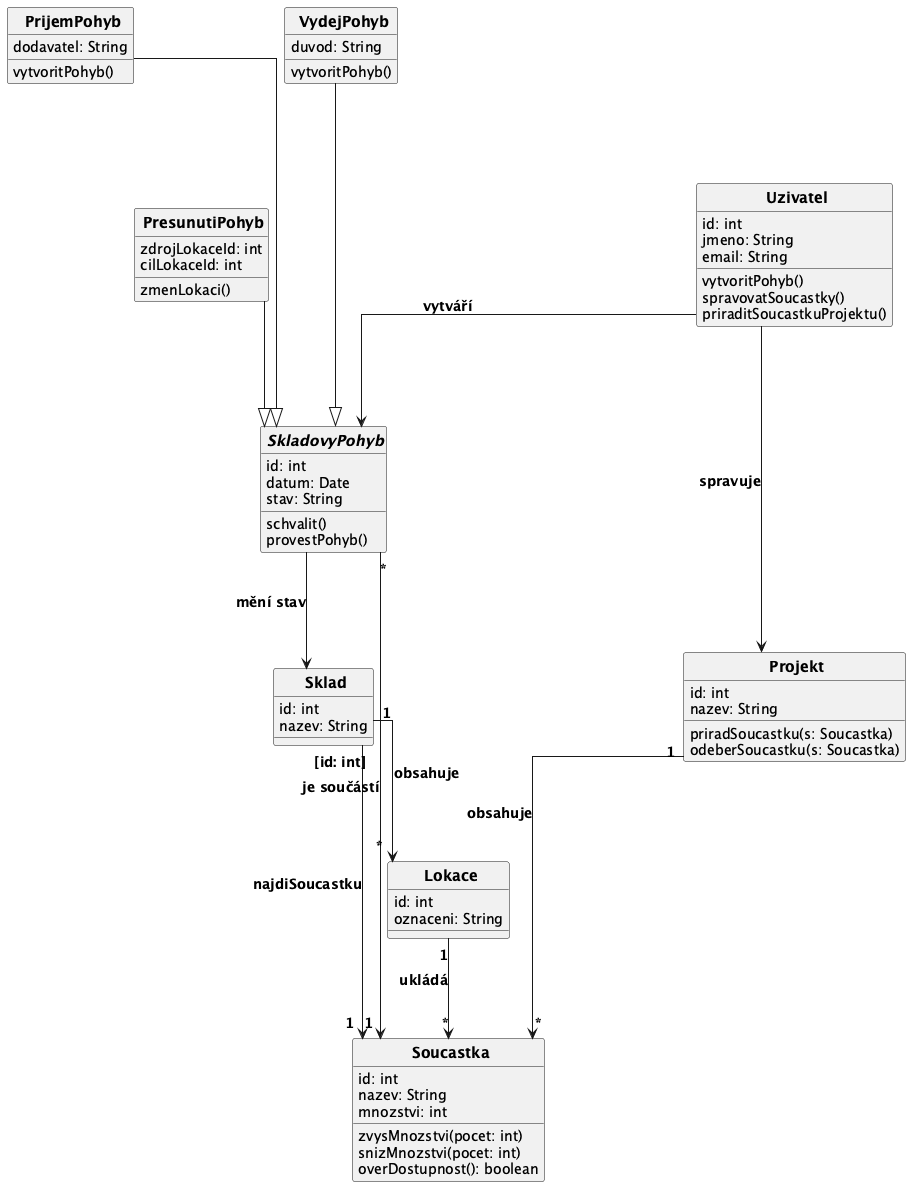
Above: docs/images/02_class_diagram.png in lkvapil/wms-elektronicke-soucastky (PlantUML), before the change.
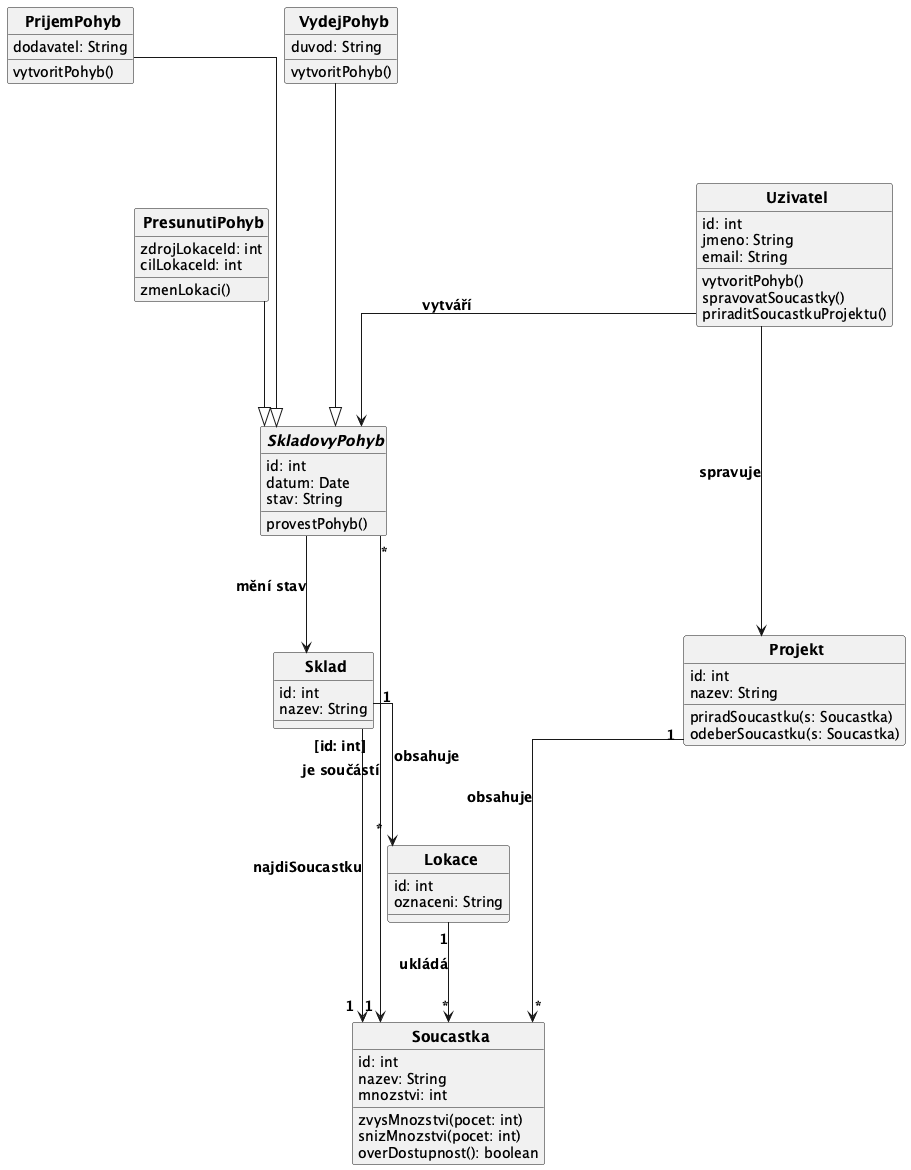
Above is the later version.

Commit message:
refactor: odstraneni stavu Schvalen a metody schvalit(), zjednoduseni state diagramu

Change to the diagram source:
```diff
@@ -40,7 +40,6 @@
   id: int
   datum: Date
   stav: String
-  schvalit()
   provestPohyb()
 }
 
```
